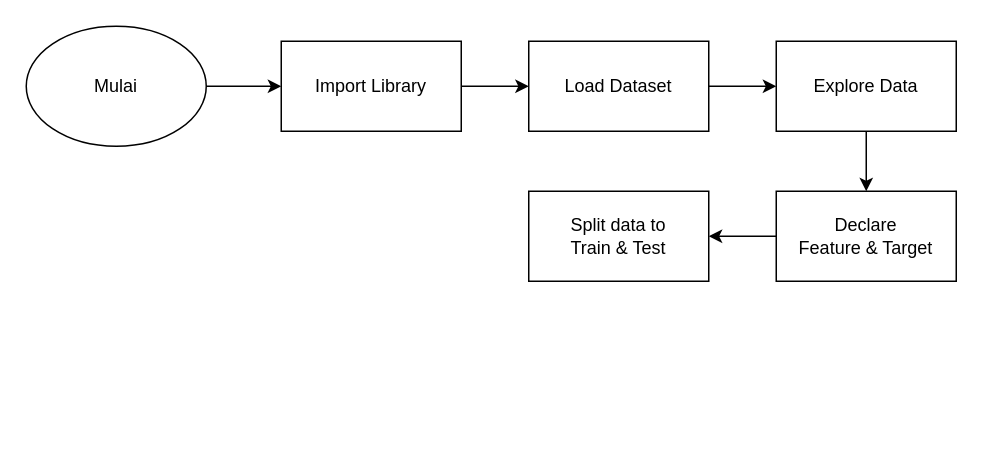
eraldss1/diagram-signcryption keeps this draw.io diagram as ml Diagram.drawio. Above is the earlier version. Source tidied: cells renumbered, new cells numbered last; positions are measured from the earlier drawing's top-left corner, leaving out a move shared by most shapes. Both pictures are drawn from the tidied source at 150%, with x=0, y=0 at pixel (26, 26).
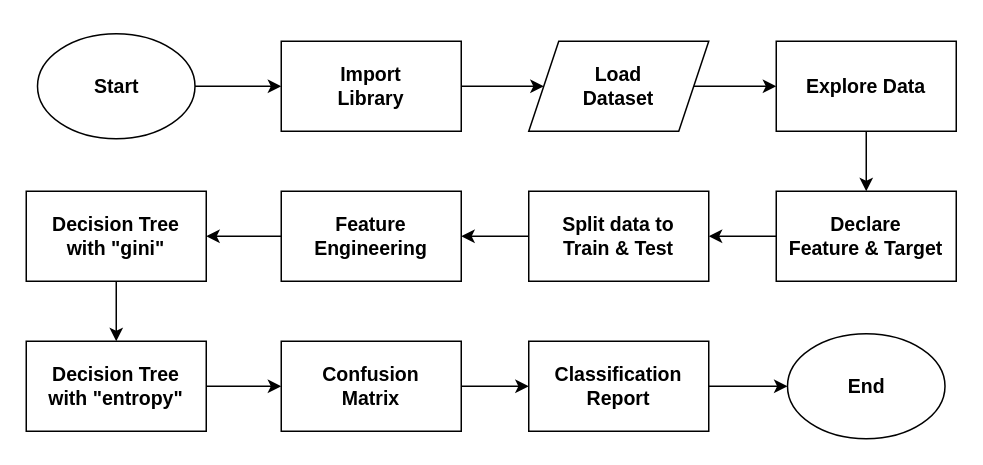
The same diagram, later.

Change to the diagram source:
```diff
@@
-    <mxCell id="2" style="edgeStyle=orthogonalEdgeStyle;rounded=0;jettySize=auto;html=1;entryX=0;entryY=0.5;entryDx=0;entryDy=0;" parent="1" edge="1" source="3" target="5">
+    <mxCell id="2" style="edgeStyle=orthogonalEdgeStyle;rounded=0;jettySize=auto;html=1;entryX=0;entryY=0.5;entryDx=0;entryDy=0;fontStyle=1;fontSize=13;" parent="1" edge="1" source="3" target="5">
       <mxGeometry relative="1" as="geometry" />
     </mxCell>
-    <mxCell id="3" value="Mulai" style="ellipse;whiteSpace=wrap;html=1;" parent="1" vertex="1">
-      <mxGeometry width="120" height="80" as="geometry" />
+    <mxCell id="3" value="Start" style="ellipse;whiteSpace=wrap;html=1;fontStyle=1;fontSize=13;" parent="1" vertex="1">
+      <mxGeometry x="7.5" y="5" width="105" height="70" as="geometry" />
     </mxCell>
-    <mxCell id="4" style="edgeStyle=orthogonalEdgeStyle;rounded=0;jettySize=auto;html=1;entryX=0;entryY=0.5;entryDx=0;entryDy=0;" parent="1" edge="1" source="5" target="7">
+    <mxCell id="4" style="edgeStyle=orthogonalEdgeStyle;rounded=0;jettySize=auto;html=1;entryX=0;entryY=0.5;entryDx=0;entryDy=0;fontStyle=1;fontSize=13;" parent="1" edge="1" source="5" target="7">
       <mxGeometry relative="1" as="geometry" />
     </mxCell>
-    <mxCell id="5" value="Import Library" style="whiteSpace=wrap;html=1;" parent="1" vertex="1">
+    <mxCell id="5" value="Import &lt;br style=&quot;font-size: 13px;&quot;&gt;Library" style="whiteSpace=wrap;html=1;fontStyle=1;fontSize=13;" parent="1" vertex="1">
       <mxGeometry x="170" y="10" width="120" height="60" as="geometry" />
     </mxCell>
-    <mxCell id="6" style="edgeStyle=orthogonalEdgeStyle;rounded=0;jettySize=auto;html=1;entryX=0;entryY=0.5;entryDx=0;entryDy=0;" parent="1" edge="1" source="7" target="9">
+    <mxCell id="6" style="edgeStyle=orthogonalEdgeStyle;rounded=0;jettySize=auto;html=1;entryX=0;entryY=0.5;entryDx=0;entryDy=0;exitX=1;exitY=0.5;exitDx=0;exitDy=0;fontStyle=1;fontSize=13;" parent="1" edge="1" source="7" target="9">
       <mxGeometry relative="1" as="geometry" />
     </mxCell>
-    <mxCell id="7" value="Load Dataset" style="whiteSpace=wrap;html=1;" parent="1" vertex="1">
-      <mxGeometry x="335" y="10" width="120" height="60" as="geometry" />
-    </mxCell>
-    <mxCell id="8" style="edgeStyle=orthogonalEdgeStyle;rounded=0;jettySize=auto;html=1;entryX=0.5;entryY=0;entryDx=0;entryDy=0;" parent="1" edge="1" source="9" target="11">
+    <mxCell id="8" style="edgeStyle=orthogonalEdgeStyle;rounded=0;jettySize=auto;html=1;entryX=0.5;entryY=0;entryDx=0;entryDy=0;fontStyle=1;fontSize=13;" parent="1" edge="1" source="9" target="11">
       <mxGeometry relative="1" as="geometry" />
     </mxCell>
-    <mxCell id="9" value="Explore Data" style="whiteSpace=wrap;html=1;" parent="1" vertex="1">
+    <mxCell id="9" value="Explore Data" style="whiteSpace=wrap;html=1;fontStyle=1;fontSize=13;" parent="1" vertex="1">
       <mxGeometry x="500" y="10" width="120" height="60" as="geometry" />
     </mxCell>
-    <mxCell id="10" style="edgeStyle=orthogonalEdgeStyle;rounded=0;jettySize=auto;html=1;entryX=1;entryY=0.5;entryDx=0;entryDy=0;" parent="1" edge="1" source="11" target="12">
+    <mxCell id="10" style="edgeStyle=orthogonalEdgeStyle;rounded=0;jettySize=auto;html=1;entryX=1;entryY=0.5;entryDx=0;entryDy=0;fontStyle=1;fontSize=13;" parent="1" edge="1" source="11" target="12">
       <mxGeometry relative="1" as="geometry" />
     </mxCell>
-    <mxCell id="11" value="Declare&lt;br&gt;Feature &amp;amp; Target" style="whiteSpace=wrap;html=1;" parent="1" vertex="1">
+    <mxCell id="11" value="Declare&lt;br style=&quot;font-size: 13px;&quot;&gt;Feature &amp;amp; Target" style="whiteSpace=wrap;html=1;fontStyle=1;fontSize=13;" parent="1" vertex="1">
       <mxGeometry x="500" y="110" width="120" height="60" as="geometry" />
     </mxCell>
+    <mxCell id="13" style="edgeStyle=orthogonalEdgeStyle;rounded=0;jettySize=auto;html=1;entryX=1;entryY=0.5;entryDx=0;entryDy=0;fontStyle=1;fontSize=13;" parent="1" edge="1" source="12" target="15">
+      <mxGeometry relative="1" as="geometry" />
+    </mxCell>
-    <mxCell id="12" value="Split data to&lt;br&gt;Train &amp;amp; Test" style="whiteSpace=wrap;html=1;" parent="1" vertex="1">
+    <mxCell id="12" value="Split data to&lt;br style=&quot;font-size: 13px;&quot;&gt;Train &amp;amp; Test" style="whiteSpace=wrap;html=1;fontStyle=1;fontSize=13;" parent="1" vertex="1">
       <mxGeometry x="335" y="110" width="120" height="60" as="geometry" />
     </mxCell>
+    <mxCell id="7" value="Load &lt;br style=&quot;font-size: 13px;&quot;&gt;Dataset" style="shape=parallelogram;perimeter=parallelogramPerimeter;whiteSpace=wrap;html=1;fixedSize=1;fontStyle=1;fontSize=13;" parent="1" vertex="1">
+      <mxGeometry x="335" y="10" width="120" height="60" as="geometry" />
+    </mxCell>
+    <mxCell id="14" style="edgeStyle=orthogonalEdgeStyle;rounded=0;jettySize=auto;html=1;entryX=1;entryY=0.5;entryDx=0;entryDy=0;fontStyle=1;fontSize=13;" parent="1" edge="1" source="15" target="17">
+      <mxGeometry relative="1" as="geometry" />
+    </mxCell>
+    <mxCell id="15" value="Feature &lt;br style=&quot;font-size: 13px;&quot;&gt;Engineering" style="whiteSpace=wrap;html=1;fontStyle=1;fontSize=13;" parent="1" vertex="1">
+      <mxGeometry x="170" y="110" width="120" height="60" as="geometry" />
+    </mxCell>
+    <mxCell id="16" style="edgeStyle=orthogonalEdgeStyle;rounded=0;jettySize=auto;html=1;fontStyle=1;fontSize=13;" parent="1" edge="1" source="17" target="19">
+      <mxGeometry relative="1" as="geometry" />
+    </mxCell>
+    <mxCell id="17" value="Decision Tree&lt;br style=&quot;font-size: 13px;&quot;&gt;with &quot;gini&quot;" style="whiteSpace=wrap;html=1;fontStyle=1;fontSize=13;" parent="1" vertex="1">
+      <mxGeometry y="110" width="120" height="60" as="geometry" />
+    </mxCell>
+    <mxCell id="18" style="edgeStyle=orthogonalEdgeStyle;rounded=0;jettySize=auto;html=1;entryX=0;entryY=0.5;entryDx=0;entryDy=0;fontStyle=1;fontSize=13;" parent="1" edge="1" source="19" target="21">
+      <mxGeometry relative="1" as="geometry" />
+    </mxCell>
+    <mxCell id="19" value="Decision Tree&lt;br style=&quot;border-color: var(--border-color); font-size: 13px;&quot;&gt;with &quot;entropy&quot;" style="whiteSpace=wrap;html=1;fontStyle=1;fontSize=13;" parent="1" vertex="1">
+      <mxGeometry y="210" width="120" height="60" as="geometry" />
+    </mxCell>
+    <mxCell id="20" style="edgeStyle=orthogonalEdgeStyle;rounded=0;jettySize=auto;html=1;fontStyle=1;fontSize=13;" parent="1" edge="1" source="21" target="23">
+      <mxGeometry relative="1" as="geometry" />
+    </mxCell>
+    <mxCell id="21" value="Confusion &lt;br style=&quot;font-size: 13px;&quot;&gt;Matrix" style="whiteSpace=wrap;html=1;fontStyle=1;fontSize=13;" parent="1" vertex="1">
+      <mxGeometry x="170" y="210" width="120" height="60" as="geometry" />
+    </mxCell>
+    <mxCell id="22" style="edgeStyle=orthogonalEdgeStyle;rounded=0;jettySize=auto;html=1;fontStyle=1;fontSize=13;" parent="1" edge="1" source="23" target="24">
+      <mxGeometry relative="1" as="geometry" />
+    </mxCell>
+    <mxCell id="23" value="Classification&lt;br style=&quot;font-size: 13px;&quot;&gt;Report" style="whiteSpace=wrap;html=1;fontStyle=1;fontSize=13;" parent="1" vertex="1">
+      <mxGeometry x="335" y="210" width="120" height="60" as="geometry" />
+    </mxCell>
+    <mxCell id="24" value="End" style="ellipse;whiteSpace=wrap;html=1;fontStyle=1;fontSize=13;" parent="1" vertex="1">
+      <mxGeometry x="507.5" y="205" width="105" height="70" as="geometry" />
+    </mxCell>
```
